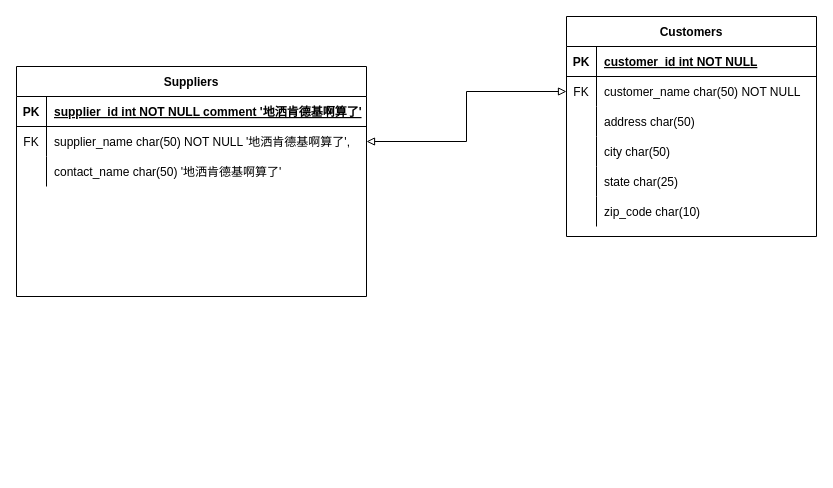
KenyonZ/draw keeps this draw.io diagram as DB/Untitled Diagram.drawio. Above is the earlier version. Source tidied: cells renumbered, new cells numbered last; positions are measured from the earlier drawing's top-left corner, leaving out a move shared by most shapes. Both pictures are drawn from the tidied source at 100%, with x=0, y=0 at pixel (16, 16).
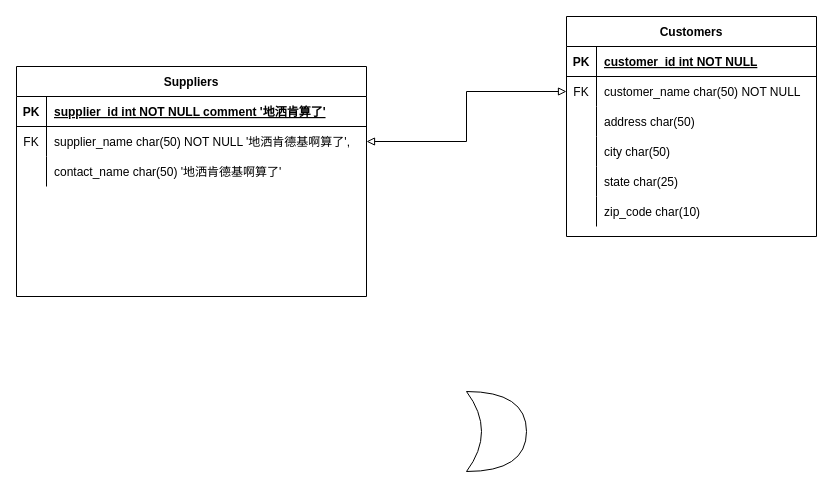
Above is the later version.

The change refers to these unchanged cells:
```xml
<mxCell id="3" style="shape=partialRectangle;fillColor=none;top=0;left=0;right=0;bottom=1;" parent="2" vertex="1">
  <mxGeometry y="30" width="350" height="30" as="geometry" />
</mxCell>
```

Diff of the diagram source:
```diff
@@
-    <mxCell id="5" value="supplier_id int NOT NULL  comment '地洒肯德基啊算了'" style="shape=partialRectangle;overflow=hidden;fillColor=none;top=0;left=0;bottom=0;right=0;align=left;spacingLeft=6;fontStyle=5;" parent="3" vertex="1">
+    <mxCell id="5" value="supplier_id int NOT NULL  comment '地洒肯算了'" style="shape=partialRectangle;overflow=hidden;fillColor=none;top=0;left=0;bottom=0;right=0;align=left;spacingLeft=6;fontStyle=5;" parent="3" vertex="1">
       <mxGeometry x="30" width="320" height="30" as="geometry" />
     </mxCell>
@@
+    <mxCell id="32" style="shape=xor;whiteSpace=wrap;html=1;" parent="1" vertex="1">
+      <mxGeometry x="450" y="375" width="60" height="80" as="geometry" />
+    </mxCell>
```
